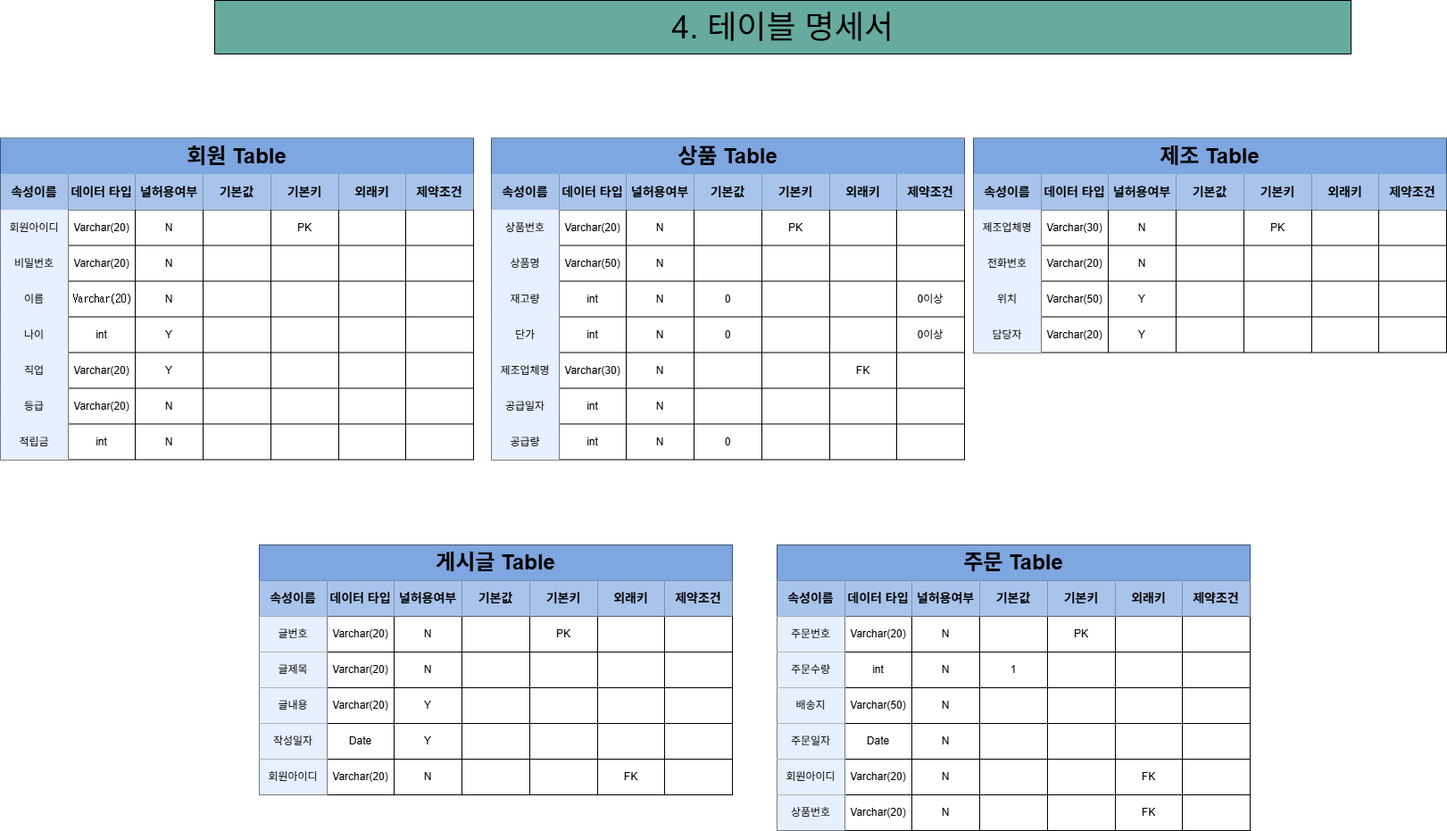
The draw.io diagram 한빛마트 온라인몰_4.테이블 설계.drawio.png in hazyala/DB_2025_2, before a commit. Source tidied: cells renumbered, new cells last; positions are measured from the earlier drawing's top-left corner, leaving out a move shared by most shapes.
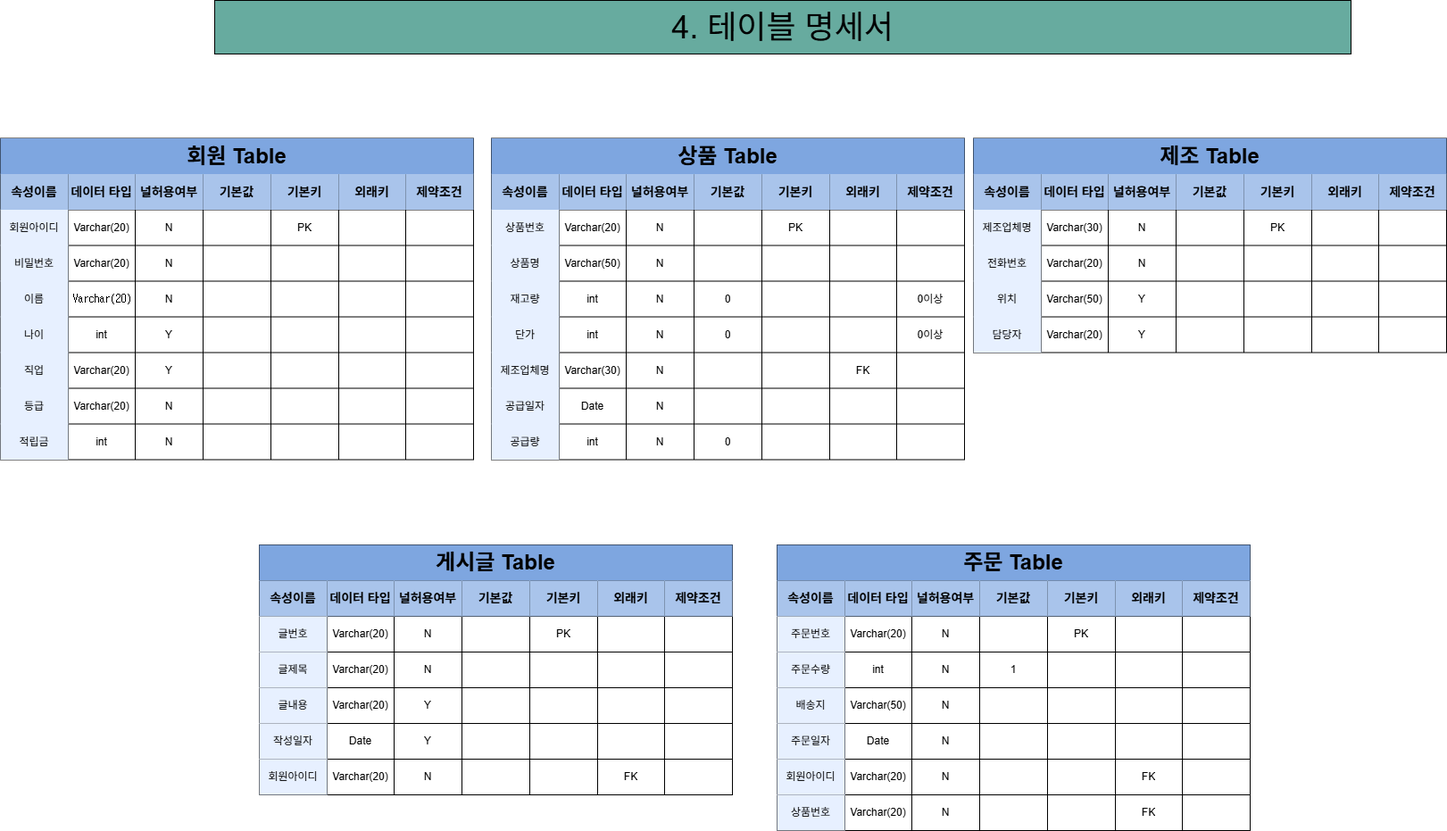
After the commit.

Commit message:
한빛마트 온라인몰_4.테이블 설계.drawio.png이 추가되었습니다.

Change to the diagram source:
```diff
@@ -365,7 +365,7 @@
     <mxCell id="122" value="공급일자" style="shape=partialRectangle;html=1;whiteSpace=wrap;strokeColor=inherit;overflow=hidden;fillColor=#E7F0FF;top=0;left=0;bottom=0;right=0;" parent="121" vertex="1">
       <mxGeometry width="76" height="40" as="geometry" />
     </mxCell>
-    <mxCell id="123" value="int" style="shape=partialRectangle;html=1;whiteSpace=wrap;strokeColor=inherit;overflow=hidden;fillColor=none;top=0;left=0;bottom=0;right=0;" parent="121" vertex="1">
+    <mxCell id="123" value="Date" style="shape=partialRectangle;html=1;whiteSpace=wrap;strokeColor=inherit;overflow=hidden;fillColor=none;top=0;left=0;bottom=0;right=0;" parent="121" vertex="1">
       <mxGeometry x="76" width="75" height="40" as="geometry" />
     </mxCell>
     <mxCell id="124" value="N" style="shape=partialRectangle;html=1;whiteSpace=wrap;strokeColor=inherit;overflow=hidden;fillColor=none;top=0;left=0;bottom=0;right=0;" parent="121" vertex="1">
```
